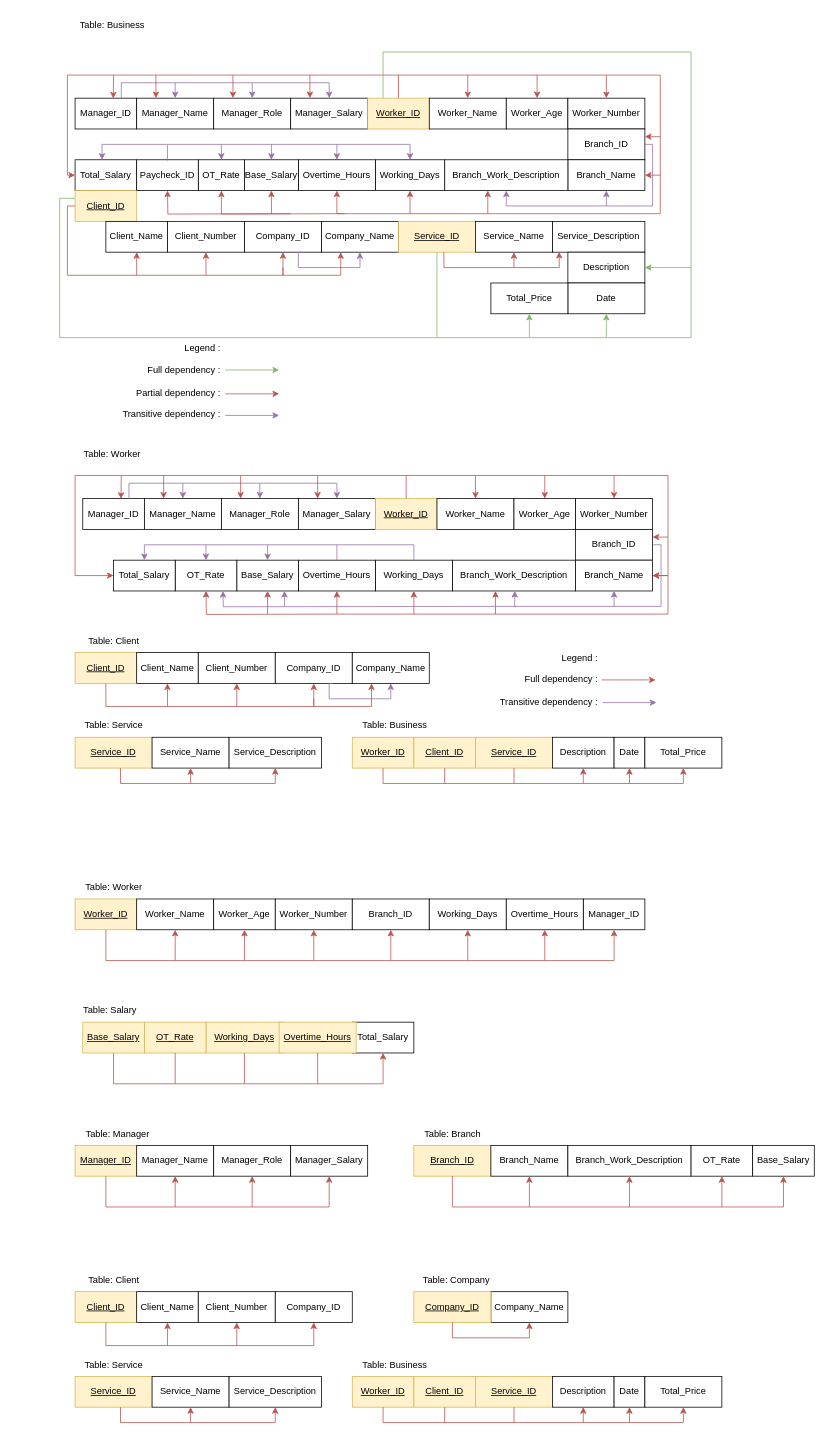
Before: normalizationWIA2001assg.drawio in justn0thinghere/drawio, a draw.io diagram. Source tidied: cells renumbered, new cells numbered last; positions are measured from the earlier drawing's top-left corner, leaving out a move shared by most shapes. Both pictures are drawn from the tidied source at 77%, with x=0, y=0 at pixel (59, 13).
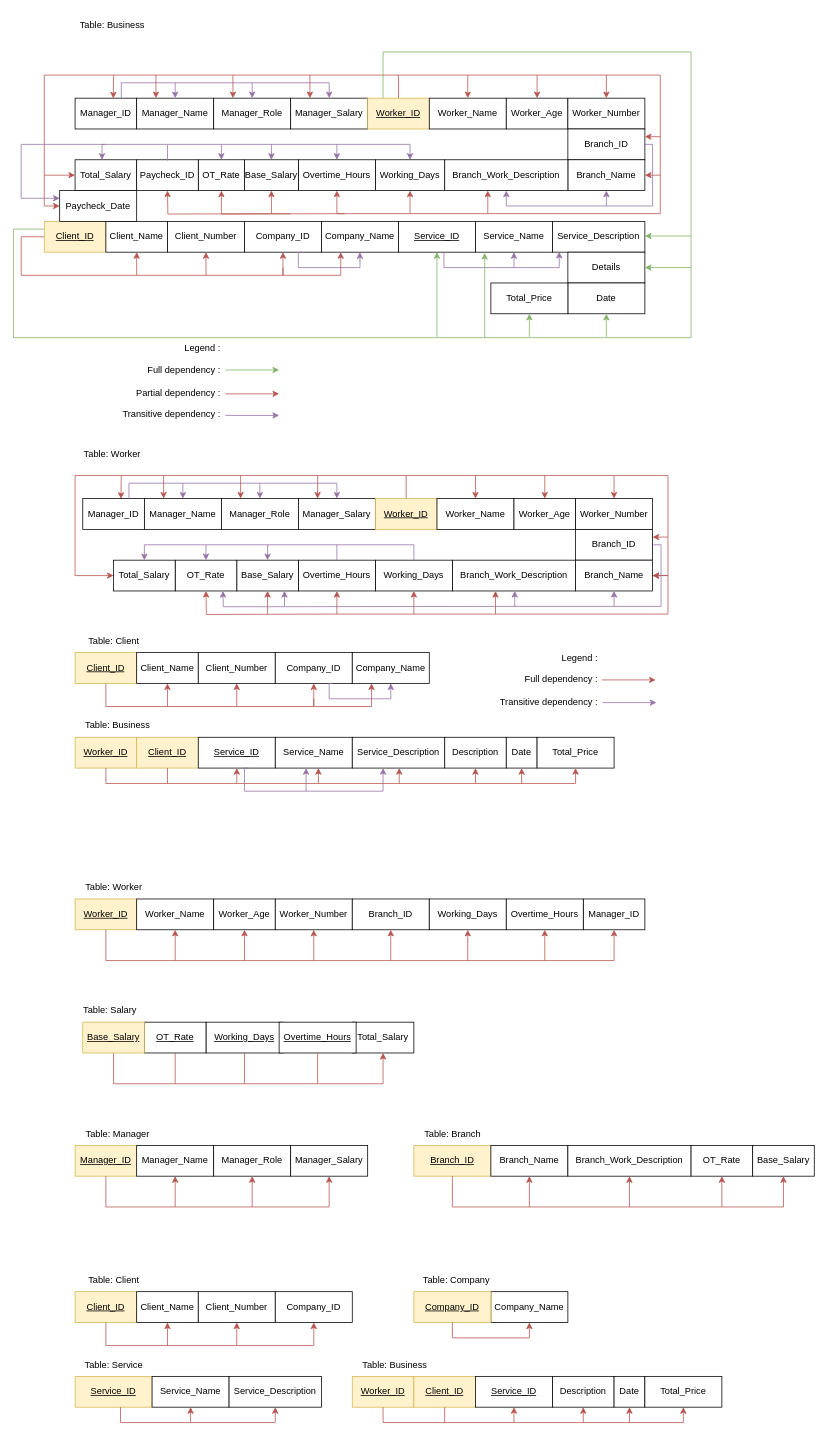
Above is the later version.

The change refers to these unchanged cells:
```xml
<mxCell id="6" value="&lt;u&gt;Worker_ID&lt;/u&gt;" style="rounded=0;whiteSpace=wrap;html=1;fillColor=#fff2cc;strokeColor=#d6b656;" parent="1" vertex="1">
  <mxGeometry x="400" y="110" width="80" height="40" as="geometry" />
</mxCell>
<mxCell id="18" value="Total_Salary" style="rounded=0;whiteSpace=wrap;html=1;" parent="1" vertex="1">
  <mxGeometry x="20" y="190" width="80" height="40" as="geometry" />
</mxCell>
<mxCell id="22" value="Company_ID" style="rounded=0;whiteSpace=wrap;html=1;" parent="1" vertex="1">
  <mxGeometry x="240" y="270" width="100" height="40" as="geometry" />
</mxCell>
<mxCell id="25" value="Service_Name" style="rounded=0;whiteSpace=wrap;html=1;" parent="1" vertex="1">
  <mxGeometry x="540" y="270" width="100" height="40" as="geometry" />
</mxCell>
<mxCell id="26" value="Service_Description" style="rounded=0;whiteSpace=wrap;html=1;" parent="1" vertex="1">
  <mxGeometry x="640" y="270" width="120" height="40" as="geometry" />
</mxCell>
```

Diff of the diagram source:
```diff
@@
     <mxCell id="19" value="&lt;u&gt;Client_ID&lt;/u&gt;" style="rounded=0;whiteSpace=wrap;html=1;fillColor=#fff2cc;strokeColor=#d6b656;" parent="1" vertex="1">
-      <mxGeometry x="20" y="230" width="80" height="40" as="geometry" />
+      <mxGeometry x="-20" y="270" width="80" height="40" as="geometry" />
     </mxCell>
@@
-    <mxCell id="24" value="&lt;u&gt;Service_ID&lt;/u&gt;" style="rounded=0;whiteSpace=wrap;html=1;fillColor=#fff2cc;strokeColor=#d6b656;" parent="1" vertex="1">
+    <mxCell id="24" value="&lt;u&gt;Service_ID&lt;/u&gt;" style="rounded=0;whiteSpace=wrap;html=1;" parent="1" vertex="1">
       <mxGeometry x="440" y="270" width="100" height="40" as="geometry" />
     </mxCell>
@@
-    <mxCell id="27" value="Description" style="rounded=0;whiteSpace=wrap;html=1;" parent="1" vertex="1">
+    <mxCell id="27" value="Details" style="rounded=0;whiteSpace=wrap;html=1;" parent="1" vertex="1">
       <mxGeometry x="660" y="310" width="100" height="40" as="geometry" />
     </mxCell>
@@
     <mxCell id="56" style="endArrow=classic;html=1;rounded=0;edgeStyle=orthogonalEdgeStyle;fillColor=#f8cecc;strokeColor=#b85450;exitX=0;exitY=0.5;exitDx=0;exitDy=0;entryX=0.5;entryY=1;entryDx=0;entryDy=0;" parent="1" edge="1" source="19" target="22">
       <mxGeometry relative="1" as="geometry">
         <Array as="points">
-          <mxPoint x="10" y="250" />
-          <mxPoint x="10" y="340" />
+          <mxPoint x="-50" y="290" />
+          <mxPoint x="-50" y="340" />
           <mxPoint x="290" y="340" />
         </Array>
       </mxGeometry>
     </mxCell>
@@
-    <mxCell id="60" style="endArrow=classic;html=1;rounded=0;edgeStyle=orthogonalEdgeStyle;fillColor=#f8cecc;strokeColor=#b85450;entryX=0.073;entryY=0.99;entryDx=0;entryDy=0;entryPerimeter=0;" parent="1" edge="1" target="26">
+    <mxCell id="60" style="endArrow=classic;html=1;rounded=0;edgeStyle=orthogonalEdgeStyle;fillColor=#e1d5e7;strokeColor=#9673a6;entryX=0.073;entryY=0.99;entryDx=0;entryDy=0;entryPerimeter=0;" parent="1" edge="1" target="26">
       <mxGeometry relative="1" as="geometry">
         <mxPoint x="499" y="310" as="sourcePoint" />
         <Array as="points">
           <mxPoint x="499" y="330" />
           <mxPoint x="649" y="330" />
         </Array>
       </mxGeometry>
     </mxCell>
-    <mxCell id="61" style="endArrow=classic;html=1;rounded=0;fillColor=#f8cecc;strokeColor=#b85450;entryX=0.5;entryY=1;entryDx=0;entryDy=0;" parent="1" edge="1" target="25">
+    <mxCell id="61" style="endArrow=classic;html=1;rounded=0;fillColor=#e1d5e7;strokeColor=#9673a6;entryX=0.5;entryY=1;entryDx=0;entryDy=0;" parent="1" edge="1" target="25">
       <mxGeometry relative="1" as="geometry">
         <mxPoint x="590" y="330" as="sourcePoint" />
       </mxGeometry>
     </mxCell>
     <mxCell id="62" style="endArrow=none;html=1;rounded=0;entryX=0.25;entryY=0;entryDx=0;entryDy=0;edgeStyle=orthogonalEdgeStyle;fillColor=#d5e8d4;strokeColor=#82b366;exitX=0;exitY=0.25;exitDx=0;exitDy=0;" parent="1" edge="1" source="19" target="6">
       <mxGeometry relative="1" as="geometry">
         <Array as="points">
-          <mxPoint y="240" />
-          <mxPoint y="421" />
+          <mxPoint x="-60" y="280" />
+          <mxPoint x="-60" y="421" />
           <mxPoint x="820" y="421" />
           <mxPoint x="820" y="50" />
           <mxPoint x="420" y="50" />
         </Array>
       </mxGeometry>
     </mxCell>
-    <mxCell id="63" style="endArrow=none;html=1;rounded=0;entryX=0.5;entryY=1;entryDx=0;entryDy=0;fillColor=#d5e8d4;strokeColor=#82b366;" parent="1" edge="1" target="24">
+    <mxCell id="63" style="endArrow=classic;html=1;rounded=0;entryX=0.5;entryY=1;entryDx=0;entryDy=0;fillColor=#d5e8d4;strokeColor=#82b366;startArrow=none;startFill=0;endFill=1;" parent="1" edge="1" target="24">
       <mxGeometry relative="1" as="geometry">
         <mxPoint x="490" y="420" as="sourcePoint" />
       </mxGeometry>
     </mxCell>
@@
     <mxCell id="69" style="endArrow=classic;html=1;rounded=0;entryX=0;entryY=0.5;entryDx=0;entryDy=0;edgeStyle=orthogonalEdgeStyle;fillColor=#f8cecc;strokeColor=#b85450;" parent="1" edge="1" target="18">
       <mxGeometry relative="1" as="geometry">
         <mxPoint x="70" y="80" as="sourcePoint" />
         <Array as="points">
-          <mxPoint x="10" y="80" />
-          <mxPoint x="10" y="210" />
+          <mxPoint x="-20" y="80" />
+          <mxPoint x="-20" y="210" />
         </Array>
       </mxGeometry>
     </mxCell>
@@
-    <mxCell id="138" value="&lt;u&gt;Service_ID&lt;/u&gt;" style="rounded=0;whiteSpace=wrap;html=1;fillColor=#fff2cc;strokeColor=#d6b656;" parent="1" vertex="1">
-      <mxGeometry x="20" y="940" width="100" height="40" as="geometry" />
-    </mxCell>
-    <mxCell id="139" value="Service_Name" style="rounded=0;whiteSpace=wrap;html=1;" parent="1" vertex="1">
-      <mxGeometry x="120" y="940" width="100" height="40" as="geometry" />
-    </mxCell>
-    <mxCell id="140" value="Service_Description" style="rounded=0;whiteSpace=wrap;html=1;" parent="1" vertex="1">
-      <mxGeometry x="220" y="940" width="120" height="40" as="geometry" />
-    </mxCell>
-    <mxCell id="141" style="endArrow=classic;html=1;rounded=0;edgeStyle=orthogonalEdgeStyle;fillColor=#f8cecc;strokeColor=#b85450;entryX=0.5;entryY=1;entryDx=0;entryDy=0;" parent="1" edge="1" target="140">
-      <mxGeometry relative="1" as="geometry">
-        <mxPoint x="79" y="980" as="sourcePoint" />
-        <Array as="points">
-          <mxPoint x="79" y="1000" />
-          <mxPoint x="280" y="1000" />
-        </Array>
-      </mxGeometry>
-    </mxCell>
-    <mxCell id="142" style="endArrow=classic;html=1;rounded=0;fillColor=#f8cecc;strokeColor=#b85450;entryX=0.5;entryY=1;entryDx=0;entryDy=0;" parent="1" edge="1" target="139">
-      <mxGeometry relative="1" as="geometry">
-        <mxPoint x="170" y="1000" as="sourcePoint" />
-      </mxGeometry>
-    </mxCell>
-    <mxCell id="143" value="Table: Service" style="text;html=1;align=center;verticalAlign=middle;strokeColor=none;fillColor=none;" parent="1" vertex="1">
-      <mxGeometry x="20" y="910" width="100" height="30" as="geometry" />
-    </mxCell>
     <mxCell id="144" value="&lt;u&gt;Worker_ID&lt;/u&gt;" style="rounded=0;whiteSpace=wrap;html=1;fillColor=#fff2cc;strokeColor=#d6b656;" parent="1" vertex="1">
-      <mxGeometry x="380" y="940" width="80" height="40" as="geometry" />
+      <mxGeometry x="20" y="940" width="80" height="40" as="geometry" />
     </mxCell>
     <mxCell id="145" value="&lt;u&gt;Client_ID&lt;/u&gt;" style="rounded=0;whiteSpace=wrap;html=1;fillColor=#fff2cc;strokeColor=#d6b656;" parent="1" vertex="1">
-      <mxGeometry x="460" y="940" width="80" height="40" as="geometry" />
+      <mxGeometry x="100" y="940" width="80" height="40" as="geometry" />
     </mxCell>
-    <mxCell id="146" value="&lt;u&gt;Service_ID&lt;/u&gt;" style="rounded=0;whiteSpace=wrap;html=1;fillColor=#fff2cc;strokeColor=#d6b656;" parent="1" vertex="1">
-      <mxGeometry x="540" y="940" width="100" height="40" as="geometry" />
+    <mxCell id="146" value="&lt;u&gt;Service_ID&lt;/u&gt;" style="rounded=0;whiteSpace=wrap;html=1;" parent="1" vertex="1">
+      <mxGeometry x="180" y="940" width="100" height="40" as="geometry" />
     </mxCell>
     <mxCell id="147" value="Description" style="rounded=0;whiteSpace=wrap;html=1;" parent="1" vertex="1">
-      <mxGeometry x="640" y="940" width="80" height="40" as="geometry" />
+      <mxGeometry x="500" y="940" width="80" height="40" as="geometry" />
     </mxCell>
     <mxCell id="148" value="Table: Business" style="text;html=1;align=center;verticalAlign=middle;strokeColor=none;fillColor=none;" parent="1" vertex="1">
-      <mxGeometry x="380" y="910" width="110" height="30" as="geometry" />
+      <mxGeometry x="20" y="910" width="110" height="30" as="geometry" />
     </mxCell>
     <mxCell id="149" value="Date" style="rounded=0;whiteSpace=wrap;html=1;" parent="1" vertex="1">
-      <mxGeometry x="720" y="940" width="40" height="40" as="geometry" />
+      <mxGeometry x="580" y="940" width="40" height="40" as="geometry" />
     </mxCell>
     <mxCell id="150" value="Total_Price" style="rounded=0;whiteSpace=wrap;html=1;" parent="1" vertex="1">
-      <mxGeometry x="760" y="940" width="100" height="40" as="geometry" />
+      <mxGeometry x="620" y="940" width="100" height="40" as="geometry" />
     </mxCell>
     <mxCell id="151" style="endArrow=classic;html=1;rounded=0;edgeStyle=orthogonalEdgeStyle;fillColor=#f8cecc;strokeColor=#b85450;entryX=0.5;entryY=1;entryDx=0;entryDy=0;exitX=0.5;exitY=1;exitDx=0;exitDy=0;" parent="1" edge="1" source="144" target="150">
       <mxGeometry relative="1" as="geometry">
         <Array as="points">
-          <mxPoint x="420" y="1000" />
-          <mxPoint x="810" y="1000" />
+          <mxPoint x="60" y="1000" />
+          <mxPoint x="670" y="1000" />
         </Array>
       </mxGeometry>
     </mxCell>
     <mxCell id="152" style="endArrow=classic;html=1;rounded=0;fillColor=#f8cecc;strokeColor=#b85450;entryX=0.5;entryY=1;entryDx=0;entryDy=0;" parent="1" edge="1" target="147">
       <mxGeometry relative="1" as="geometry">
-        <mxPoint x="680" y="1000" as="sourcePoint" />
+        <mxPoint x="540" y="1000" as="sourcePoint" />
       </mxGeometry>
     </mxCell>
     <mxCell id="153" style="endArrow=classic;html=1;rounded=0;fillColor=#f8cecc;strokeColor=#b85450;entryX=0.5;entryY=1;entryDx=0;entryDy=0;" parent="1" edge="1" target="149">
       <mxGeometry relative="1" as="geometry">
-        <mxPoint x="740" y="1000" as="sourcePoint" />
+        <mxPoint x="600" y="1000" as="sourcePoint" />
       </mxGeometry>
     </mxCell>
     <mxCell id="154" style="endArrow=none;html=1;rounded=0;entryX=0.5;entryY=1;entryDx=0;entryDy=0;fillColor=#f8cecc;strokeColor=#b85450;" parent="1" edge="1" target="145">
       <mxGeometry relative="1" as="geometry">
-        <mxPoint x="500" y="1000" as="sourcePoint" />
+        <mxPoint x="140" y="1000" as="sourcePoint" />
       </mxGeometry>
     </mxCell>
-    <mxCell id="155" style="endArrow=none;html=1;rounded=0;entryX=0.5;entryY=1;entryDx=0;entryDy=0;fillColor=#f8cecc;strokeColor=#b85450;" parent="1" edge="1" target="146">
+    <mxCell id="155" style="endArrow=classic;html=1;rounded=0;entryX=0.5;entryY=1;entryDx=0;entryDy=0;fillColor=#f8cecc;strokeColor=#b85450;endFill=1;" parent="1" edge="1" target="146">
       <mxGeometry relative="1" as="geometry">
-        <mxPoint x="590" y="1000" as="sourcePoint" />
+        <mxPoint x="230" y="1000" as="sourcePoint" />
       </mxGeometry>
     </mxCell>
@@
-    <mxCell id="173" value="&lt;u&gt;Service_ID&lt;/u&gt;" style="rounded=0;whiteSpace=wrap;html=1;fillColor=#fff2cc;strokeColor=#d6b656;" parent="1" vertex="1">
+    <mxCell id="173" value="&lt;u&gt;Service_ID&lt;/u&gt;" style="rounded=0;whiteSpace=wrap;html=1;" parent="1" vertex="1">
       <mxGeometry x="540" y="1770" width="100" height="40" as="geometry" />
     </mxCell>
@@
-    <mxCell id="182" style="endArrow=none;html=1;rounded=0;entryX=0.5;entryY=1;entryDx=0;entryDy=0;fillColor=#f8cecc;strokeColor=#b85450;" parent="1" edge="1" target="173">
+    <mxCell id="182" style="endArrow=classic;html=1;rounded=0;entryX=0.5;entryY=1;entryDx=0;entryDy=0;fillColor=#f8cecc;strokeColor=#b85450;endFill=1;" parent="1" edge="1" target="173">
       <mxGeometry relative="1" as="geometry">
         <mxPoint x="590" y="1830" as="sourcePoint" />
       </mxGeometry>
     </mxCell>
@@
-    <mxCell id="202" value="&lt;u&gt;Working_Days&lt;/u&gt;" style="rounded=0;whiteSpace=wrap;html=1;fillColor=#fff2cc;strokeColor=#d6b656;" parent="1" vertex="1">
+    <mxCell id="202" value="&lt;u&gt;Working_Days&lt;/u&gt;" style="rounded=0;whiteSpace=wrap;html=1;" parent="1" vertex="1">
       <mxGeometry x="190" y="1310" width="100" height="40" as="geometry" />
     </mxCell>
-    <mxCell id="203" value="&lt;u&gt;Overtime_Hours&lt;/u&gt;" style="rounded=0;whiteSpace=wrap;html=1;fillColor=#fff2cc;strokeColor=#d6b656;" parent="1" vertex="1">
+    <mxCell id="203" value="&lt;u&gt;Overtime_Hours&lt;/u&gt;" style="rounded=0;whiteSpace=wrap;html=1;" parent="1" vertex="1">
       <mxGeometry x="285" y="1310" width="100" height="40" as="geometry" />
     </mxCell>
@@
-    <mxCell id="225" value="&lt;u&gt;OT_Rate&lt;/u&gt;" style="rounded=0;whiteSpace=wrap;html=1;fillColor=#fff2cc;strokeColor=#d6b656;" parent="1" vertex="1">
+    <mxCell id="225" value="&lt;u&gt;OT_Rate&lt;/u&gt;" style="rounded=0;whiteSpace=wrap;html=1;" parent="1" vertex="1">
       <mxGeometry x="110" y="1310" width="80" height="40" as="geometry" />
     </mxCell>
@@
+    <mxCell id="235" style="endArrow=classic;html=1;rounded=0;entryX=1;entryY=0.5;entryDx=0;entryDy=0;fillColor=#d5e8d4;strokeColor=#82b366;" parent="1" edge="1">
+      <mxGeometry relative="1" as="geometry">
+        <mxPoint x="820" y="289" as="sourcePoint" />
+        <mxPoint x="760" y="289" as="targetPoint" />
+      </mxGeometry>
+    </mxCell>
+    <mxCell id="236" style="endArrow=classic;html=1;rounded=0;entryX=0.5;entryY=1;entryDx=0;entryDy=0;fillColor=#d5e8d4;strokeColor=#82b366;startArrow=none;startFill=0;endFill=1;" parent="1" edge="1">
+      <mxGeometry relative="1" as="geometry">
+        <mxPoint x="552" y="421" as="sourcePoint" />
+        <mxPoint x="552" y="311" as="targetPoint" />
+      </mxGeometry>
+    </mxCell>
+    <mxCell id="139" value="Service_Name" style="rounded=0;whiteSpace=wrap;html=1;" parent="1" vertex="1">
+      <mxGeometry x="280" y="940" width="100" height="40" as="geometry" />
+    </mxCell>
+    <mxCell id="140" value="Service_Description" style="rounded=0;whiteSpace=wrap;html=1;" parent="1" vertex="1">
+      <mxGeometry x="380" y="940" width="120" height="40" as="geometry" />
+    </mxCell>
+    <mxCell id="237" style="endArrow=classic;html=1;rounded=0;fillColor=#f8cecc;strokeColor=#b85450;entryX=0.5;entryY=1;entryDx=0;entryDy=0;" parent="1" edge="1">
+      <mxGeometry relative="1" as="geometry">
+        <mxPoint x="441" y="1000" as="sourcePoint" />
+        <mxPoint x="441" y="980" as="targetPoint" />
+      </mxGeometry>
+    </mxCell>
+    <mxCell id="238" style="endArrow=classic;html=1;rounded=0;fillColor=#f8cecc;strokeColor=#b85450;entryX=0.5;entryY=1;entryDx=0;entryDy=0;" parent="1" edge="1">
+      <mxGeometry relative="1" as="geometry">
+        <mxPoint x="336" y="1000" as="sourcePoint" />
+        <mxPoint x="336" y="980" as="targetPoint" />
+      </mxGeometry>
+    </mxCell>
+    <mxCell id="239" style="endArrow=classic;html=1;rounded=0;fillColor=#e1d5e7;strokeColor=#9673a6;edgeStyle=orthogonalEdgeStyle;entryX=0.5;entryY=1;entryDx=0;entryDy=0;exitX=0.75;exitY=1;exitDx=0;exitDy=0;" parent="1" edge="1">
+      <mxGeometry relative="1" as="geometry">
+        <mxPoint x="245" y="980" as="sourcePoint" />
+        <mxPoint x="320" y="980" as="targetPoint" />
+        <Array as="points">
+          <mxPoint x="240" y="980" />
+          <mxPoint x="240" y="1010" />
+          <mxPoint x="320" y="1010" />
+        </Array>
+      </mxGeometry>
+    </mxCell>
+    <mxCell id="240" style="endArrow=classic;html=1;rounded=0;fillColor=#e1d5e7;strokeColor=#9673a6;edgeStyle=orthogonalEdgeStyle;entryX=0.5;entryY=1;entryDx=0;entryDy=0;" parent="1" edge="1">
+      <mxGeometry relative="1" as="geometry">
+        <mxPoint x="320" y="1010" as="sourcePoint" />
+        <mxPoint x="420" y="980" as="targetPoint" />
+        <Array as="points">
+          <mxPoint x="420" y="1010" />
+        </Array>
+      </mxGeometry>
+    </mxCell>
+    <mxCell id="241" value="Paycheck_Date" style="rounded=0;whiteSpace=wrap;html=1;" parent="1" vertex="1">
+      <mxGeometry y="230" width="100" height="40" as="geometry" />
+    </mxCell>
+    <mxCell id="242" style="endArrow=classic;html=1;rounded=0;entryX=0;entryY=0.5;entryDx=0;entryDy=0;edgeStyle=orthogonalEdgeStyle;fillColor=#f8cecc;strokeColor=#b85450;" parent="1" edge="1">
+      <mxGeometry relative="1" as="geometry">
+        <mxPoint x="-20" y="210" as="sourcePoint" />
+        <mxPoint y="250" as="targetPoint" />
+        <Array as="points">
+          <mxPoint x="-20" y="210" />
+          <mxPoint x="-20" y="250" />
+        </Array>
+      </mxGeometry>
+    </mxCell>
+    <mxCell id="243" style="endArrow=classic;html=1;rounded=0;entryX=0;entryY=0.25;entryDx=0;entryDy=0;fillColor=#e1d5e7;strokeColor=#9673a6;edgeStyle=orthogonalEdgeStyle;" parent="1" edge="1" target="241">
+      <mxGeometry relative="1" as="geometry">
+        <mxPoint x="60" y="170" as="sourcePoint" />
+        <Array as="points">
+          <mxPoint x="-50" y="170" />
+          <mxPoint x="-50" y="240" />
+        </Array>
+      </mxGeometry>
+    </mxCell>
```
